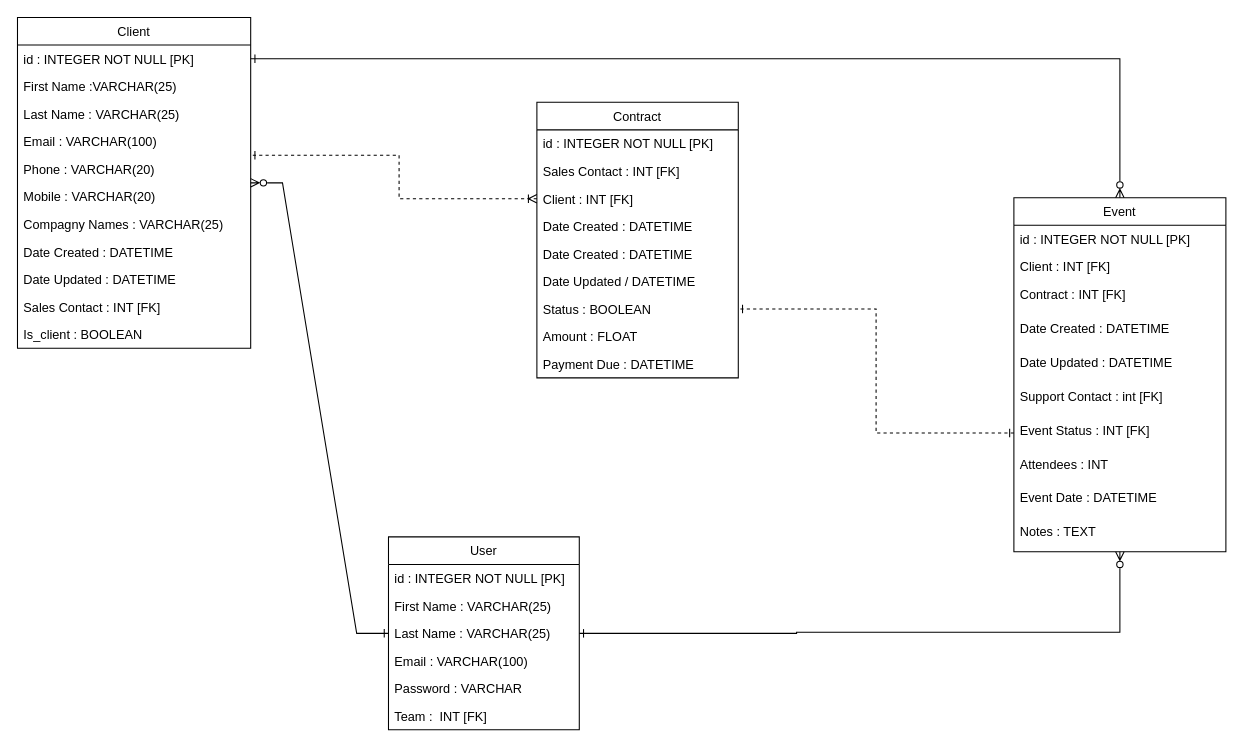
batshanti/Projet2 keeps this draw.io diagram as JPG_FILE/Diagramme sans nom.drawio. Above is the earlier version. Source tidied: cells renumbered, new cells numbered last; positions are measured from the earlier drawing's top-left corner, leaving out a move shared by most shapes. Both pictures are drawn from the tidied source at 106%, with x=0, y=0 at pixel (17, 17).
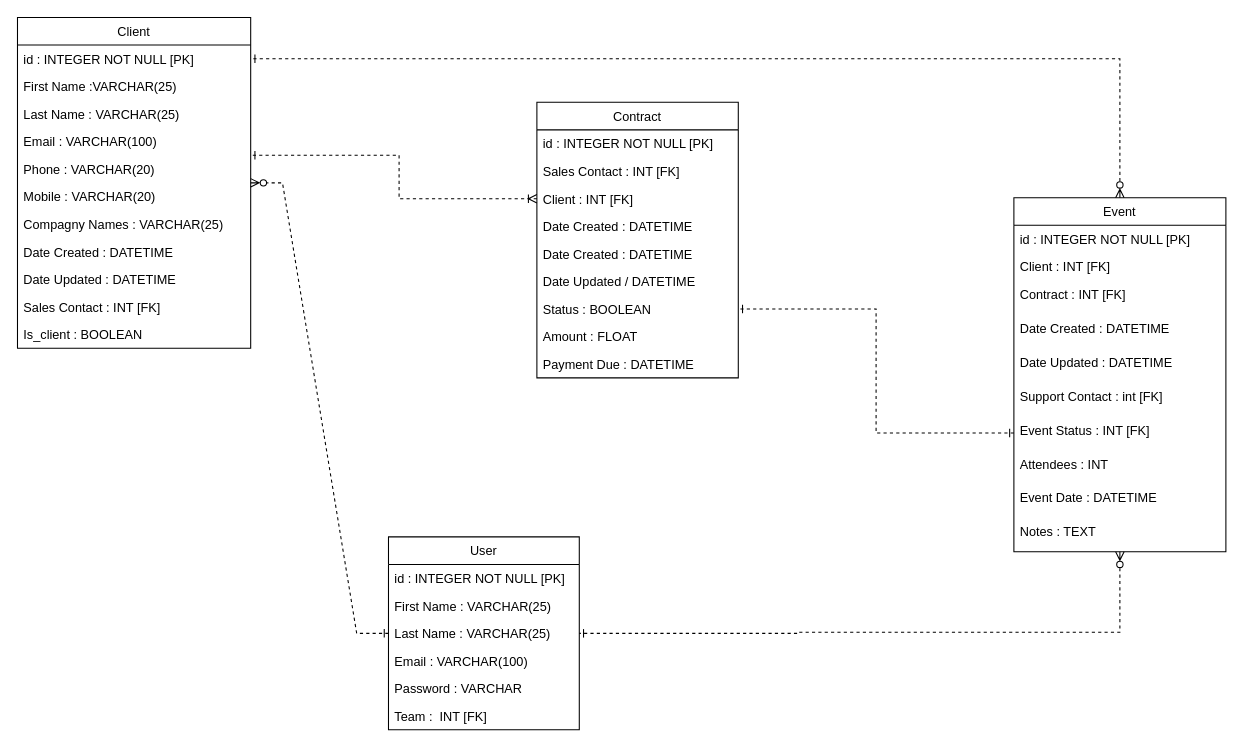
The same diagram, later.

Commit message:
Mettre à jour Diagramme sans nom.drawio

Unchanged cells that the change refers to:
```xml
<mxCell id="4" value="Event" style="swimlane;fontStyle=0;horizontal=1;startSize=26;fillColor=none;direction=east;" parent="1" vertex="1">
  <mxGeometry x="940" y="170" width="200" height="334" as="geometry" />
</mxCell>
<mxCell id="15" value="Client" style="swimlane;fontStyle=0;horizontal=1;startSize=26;fillColor=none;" parent="1" vertex="1">
  <mxGeometry width="220" height="312" as="geometry" />
</mxCell>
<mxCell id="16" value="id : INTEGER NOT NULL [PK]" style="text;strokeColor=none;fillColor=none;align=left;verticalAlign=top;spacingLeft=4;spacingRight=4;overflow=hidden;points=[[0,0.5],[1,0.5]];portConstraint=eastwest;" parent="15" vertex="1">
  <mxGeometry y="26" width="220" height="26" as="geometry" />
</mxCell>
<mxCell id="37" value="User" style="swimlane;fontStyle=0;horizontal=1;startSize=26;fillColor=none;" parent="1" vertex="1">
  <mxGeometry x="350" y="490" width="180" height="182" as="geometry" />
</mxCell>
```

What changed in the source:
```diff
@@
-    <mxCell id="2" style="edgeStyle=orthogonalEdgeStyle;rounded=0;jettySize=auto;html=1;startArrow=ERzeroToMany;startFill=0;endArrow=ERone;endFill=0;" parent="1" edge="1" source="4" target="16">
+    <mxCell id="2" style="edgeStyle=orthogonalEdgeStyle;rounded=0;jettySize=auto;html=1;startArrow=ERzeroToMany;startFill=0;endArrow=ERone;endFill=0;dashed=1;" parent="1" edge="1" source="4" target="16">
       <mxGeometry relative="1" as="geometry" />
     </mxCell>
-    <mxCell id="3" style="edgeStyle=orthogonalEdgeStyle;rounded=0;jettySize=auto;html=1;entryX=1;entryY=0.5;entryDx=0;entryDy=0;startArrow=ERzeroToMany;startFill=0;endArrow=ERone;endFill=0;" parent="1" edge="1" source="4" target="37">
+    <mxCell id="3" style="edgeStyle=orthogonalEdgeStyle;rounded=0;jettySize=auto;html=1;entryX=1;entryY=0.5;entryDx=0;entryDy=0;startArrow=ERzeroToMany;startFill=0;endArrow=ERone;endFill=0;dashed=1;" parent="1" edge="1" source="4" target="37">
       <mxGeometry relative="1" as="geometry">
         <Array as="points">
           <mxPoint x="1040" y="580" />
           <mxPoint x="735" y="580" />
           <mxPoint x="735" y="581" />
         </Array>
       </mxGeometry>
     </mxCell>
@@
-    <mxCell id="46" style="edgeStyle=entityRelationEdgeStyle;fontSize=12;html=1;endArrow=ERzeroToMany;endFill=0;startArrow=ERone;rounded=0;startFill=0;" parent="1" edge="1" source="37" target="15">
+    <mxCell id="46" style="edgeStyle=entityRelationEdgeStyle;fontSize=12;html=1;endArrow=ERzeroToMany;endFill=0;startArrow=ERone;rounded=0;startFill=0;dashed=1;" parent="1" edge="1" source="37" target="15">
       <mxGeometry relative="1" as="geometry" />
     </mxCell>
```
